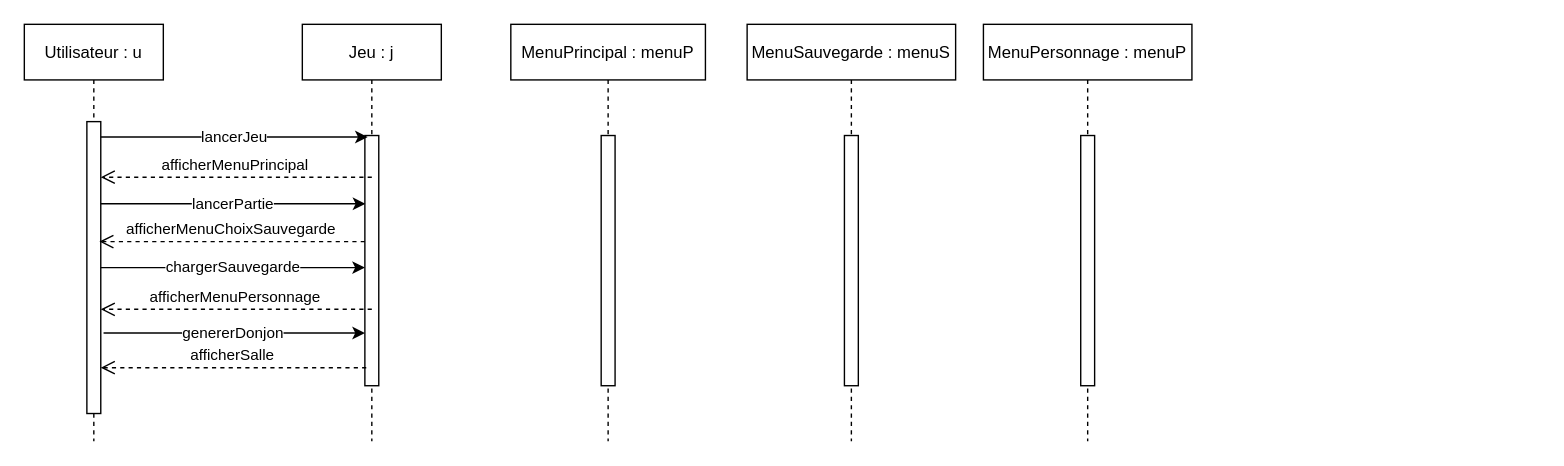
Earlier version of the draw.io diagram Diagrammes/Diagrammes de séquences/Diagramme de sequence - Scenario1.drawio (Eoloc/M1MIAGE_ProjetUML). Source tidied: cells renumbered, new cells numbered last; positions are measured from the earlier drawing's top-left corner, leaving out a move shared by most shapes. Both pictures are drawn from the tidied source at 139%, with x=0, y=0 at pixel (24, 24).
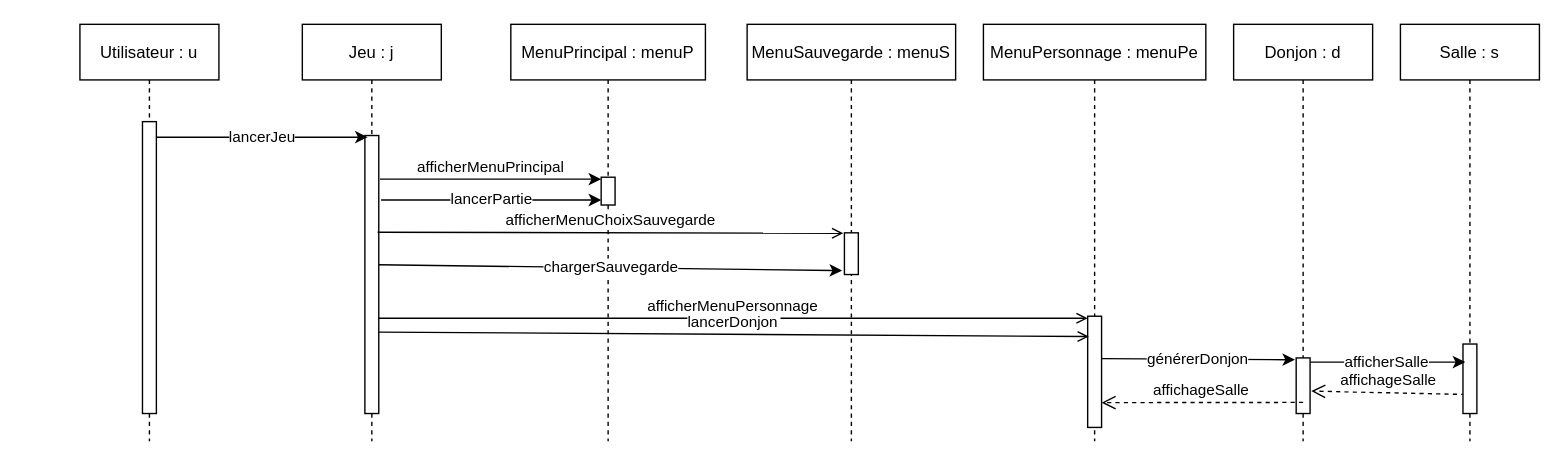
The same page after the edit.

The change refers to these unchanged cells:
```xml
<mxCell id="2" value="Jeu : j" style="shape=umlLifeline;perimeter=lifelinePerimeter;rounded=0;shadow=0;strokeWidth=1;" parent="1" vertex="1">
  <mxGeometry x="200" width="100" height="300" as="geometry" />
</mxCell>
<mxCell id="6" style="points=[];perimeter=orthogonalPerimeter;rounded=0;shadow=0;strokeWidth=1;" parent="5" vertex="1">
  <mxGeometry x="45" y="70" width="10" height="210" as="geometry" />
</mxCell>
<mxCell id="14" value="MenuPrincipal : menuP" style="shape=umlLifeline;perimeter=lifelinePerimeter;rounded=0;shadow=0;strokeWidth=1;" parent="1" vertex="1">
  <mxGeometry x="350" width="140" height="300" as="geometry" />
</mxCell>
<mxCell id="16" value="MenuSauvegarde : menuS" style="shape=umlLifeline;perimeter=lifelinePerimeter;rounded=0;shadow=0;strokeWidth=1;" parent="1" vertex="1">
  <mxGeometry x="520" width="150" height="300" as="geometry" />
</mxCell>
```

The edit, as a diff of the source:
```diff
@@
     <mxCell id="3" style="points=[];perimeter=orthogonalPerimeter;rounded=0;shadow=0;strokeWidth=1;" parent="2" vertex="1">
-      <mxGeometry x="45" y="80" width="10" height="180" as="geometry" />
+      <mxGeometry x="45" y="80" width="10" height="200" as="geometry" />
     </mxCell>
-    <mxCell id="4" value="afficherMenuPrincipal" style="verticalAlign=bottom;endArrow=open;dashed=1;endSize=8;shadow=0;strokeWidth=1;" parent="1" edge="1" target="6">
-      <mxGeometry relative="1" as="geometry">
-        <mxPoint x="250" y="110" as="sourcePoint" />
-      </mxGeometry>
+    <mxCell id="4" value="afficherMenuPrincipal" style="verticalAlign=bottom;endArrow=classic;endSize=6;shadow=0;strokeWidth=1;exitX=1.083;exitY=0.157;exitDx=0;exitDy=0;exitPerimeter=0;endFill=1;" parent="1" edge="1" source="3" target="15">
+      <mxGeometry relative="1" as="geometry" />
     </mxCell>
     <mxCell id="5" value="Utilisateur : u" style="shape=umlLifeline;perimeter=lifelinePerimeter;rounded=0;shadow=0;strokeWidth=1;" parent="1" vertex="1">
-      <mxGeometry width="100" height="300" as="geometry" />
+      <mxGeometry x="40" width="100" height="300" as="geometry" />
     </mxCell>
@@
-    <mxCell id="8" value="lancerPartie" style="endArrow=classic;html=1;entryX=0.033;entryY=0.256;entryDx=0;entryDy=0;entryPerimeter=0;" parent="1" edge="1">
-      <mxGeometry relative="1" as="geometry">
-        <mxPoint x="55" y="129.1" as="sourcePoint" />
-        <mxPoint x="245.3" y="129.1" as="targetPoint" />
-      </mxGeometry>
+    <mxCell id="8" value="lancerPartie" style="endArrow=classic;html=1;exitX=1.167;exitY=0.232;exitDx=0;exitDy=0;exitPerimeter=0;" parent="1" edge="1" source="3" target="15">
+      <mxGeometry relative="1" as="geometry" />
     </mxCell>
-    <mxCell id="9" value="afficherMenuChoixSauvegarde" style="verticalAlign=bottom;endArrow=open;dashed=1;endSize=8;shadow=0;strokeWidth=1;entryX=0.9;entryY=0.411;entryDx=0;entryDy=0;entryPerimeter=0;" parent="1" edge="1" source="3" target="6">
-      <mxGeometry relative="1" as="geometry" />
-    </mxCell>
-    <mxCell id="10" value="chargerSauvegarde" style="endArrow=classic;html=1;" parent="1" edge="1">
-      <mxGeometry relative="1" as="geometry">
-        <mxPoint x="55" y="175" as="sourcePoint" />
-        <mxPoint x="245" y="175" as="targetPoint" />
-      </mxGeometry>
-    </mxCell>
-    <mxCell id="11" value="afficherMenuPersonnage" style="verticalAlign=bottom;endArrow=open;dashed=1;endSize=8;shadow=0;strokeWidth=1;" parent="1" edge="1">
+    <mxCell id="11" value="afficherMenuPersonnage" style="verticalAlign=bottom;endArrow=open;endSize=6;shadow=0;strokeWidth=1;" parent="1" edge="1" source="3">
       <mxGeometry relative="1" as="geometry">
-        <mxPoint x="250" y="205" as="sourcePoint" />
-        <mxPoint x="55" y="205" as="targetPoint" />
+        <mxPoint x="765" y="211.5" as="targetPoint" />
       </mxGeometry>
     </mxCell>
-    <mxCell id="12" value="genererDonjon" style="endArrow=classic;html=1;exitX=1.2;exitY=0.686;exitDx=0;exitDy=0;exitPerimeter=0;" parent="1" edge="1">
-      <mxGeometry x="-0.01" relative="1" as="geometry">
-        <mxPoint x="57" y="222.1" as="sourcePoint" />
-        <mxPoint x="245" y="222.1" as="targetPoint" />
-      </mxGeometry>
-    </mxCell>
-    <mxCell id="13" value="afficherSalle" style="verticalAlign=bottom;endArrow=open;dashed=1;endSize=8;shadow=0;strokeWidth=1;exitX=0.1;exitY=0.928;exitDx=0;exitDy=0;exitPerimeter=0;" parent="1" edge="1" source="3" target="6">
-      <mxGeometry relative="1" as="geometry" />
-    </mxCell>
@@
     <mxCell id="15" style="points=[];perimeter=orthogonalPerimeter;rounded=0;shadow=0;strokeWidth=1;" parent="14" vertex="1">
-      <mxGeometry x="65" y="80" width="10" height="180" as="geometry" />
+      <mxGeometry x="65" y="110" width="10" height="20" as="geometry" />
     </mxCell>
@@
     <mxCell id="17" style="points=[];perimeter=orthogonalPerimeter;rounded=0;shadow=0;strokeWidth=1;" parent="16" vertex="1">
-      <mxGeometry x="70" y="80" width="10" height="180" as="geometry" />
+      <mxGeometry x="70" y="150" width="10" height="30" as="geometry" />
     </mxCell>
-    <mxCell id="18" value="MenuPersonnage : menuP" style="shape=umlLifeline;perimeter=lifelinePerimeter;rounded=0;shadow=0;strokeWidth=1;" parent="1" vertex="1">
-      <mxGeometry x="690" width="150" height="300" as="geometry" />
+    <mxCell id="18" value="MenuPersonnage : menuPe" style="shape=umlLifeline;perimeter=lifelinePerimeter;rounded=0;shadow=0;strokeWidth=1;" parent="1" vertex="1">
+      <mxGeometry x="690" width="160" height="300" as="geometry" />
     </mxCell>
+    <mxCell id="20" value="Donjon : d" style="shape=umlLifeline;perimeter=lifelinePerimeter;rounded=0;shadow=0;strokeWidth=1;" parent="1" vertex="1">
+      <mxGeometry x="870" width="100" height="300" as="geometry" />
+    </mxCell>
+    <mxCell id="21" style="points=[];perimeter=orthogonalPerimeter;rounded=0;shadow=0;strokeWidth=1;" parent="20" vertex="1">
+      <mxGeometry x="45" y="240" width="10" height="40" as="geometry" />
+    </mxCell>
+    <mxCell id="22" value="générerDonjon" style="endArrow=classic;html=1;exitX=1;exitY=0.381;exitDx=0;exitDy=0;exitPerimeter=0;entryX=-0.083;entryY=0.033;entryDx=0;entryDy=0;entryPerimeter=0;" parent="1" edge="1" source="19" target="21">
+      <mxGeometry x="-0.01" relative="1" as="geometry" />
+    </mxCell>
+    <mxCell id="9" value="afficherMenuChoixSauvegarde" style="verticalAlign=bottom;endArrow=open;endSize=6;shadow=0;strokeWidth=1;entryX=-0.083;entryY=0.012;entryDx=0;entryDy=0;entryPerimeter=0;exitX=0.917;exitY=0.348;exitDx=0;exitDy=0;exitPerimeter=0;" parent="1" edge="1" source="3" target="17">
+      <mxGeometry relative="1" as="geometry" />
+    </mxCell>
+    <mxCell id="13" value="affichageSalle" style="verticalAlign=bottom;endArrow=open;dashed=1;endSize=8;shadow=0;strokeWidth=1;exitX=0.167;exitY=0.627;exitDx=0;exitDy=0;exitPerimeter=0;entryX=1.083;entryY=0.596;entryDx=0;entryDy=0;entryPerimeter=0;" parent="1" edge="1" target="21">
+      <mxGeometry relative="1" as="geometry">
+        <mxPoint x="1036.7" y="266.3" as="sourcePoint" />
+      </mxGeometry>
+    </mxCell>
+    <mxCell id="23" value="Salle : s" style="shape=umlLifeline;perimeter=lifelinePerimeter;rounded=0;shadow=0;strokeWidth=1;" parent="1" vertex="1">
+      <mxGeometry x="990" width="100" height="300" as="geometry" />
+    </mxCell>
+    <mxCell id="24" style="points=[];perimeter=orthogonalPerimeter;rounded=0;shadow=0;strokeWidth=1;" parent="23" vertex="1">
+      <mxGeometry x="45" y="230" width="10" height="50" as="geometry" />
+    </mxCell>
-    <mxCell id="19" style="points=[];perimeter=orthogonalPerimeter;rounded=0;shadow=0;strokeWidth=1;" parent="18" vertex="1">
-      <mxGeometry x="70" y="80" width="10" height="180" as="geometry" />
+    <mxCell id="19" style="points=[];perimeter=orthogonalPerimeter;rounded=0;shadow=0;strokeWidth=1;" parent="1" vertex="1">
+      <mxGeometry x="765" y="210" width="10" height="80" as="geometry" />
     </mxCell>
+    <mxCell id="25" value="afficherSalle" style="endArrow=classic;html=1;entryX=0.167;entryY=0.26;entryDx=0;entryDy=0;entryPerimeter=0;" parent="1" edge="1" source="21" target="24">
+      <mxGeometry x="-0.01" relative="1" as="geometry" />
+    </mxCell>
+    <mxCell id="10" value="chargerSauvegarde" style="endArrow=classic;html=1;exitX=1;exitY=0.465;exitDx=0;exitDy=0;exitPerimeter=0;entryX=-0.167;entryY=0.906;entryDx=0;entryDy=0;entryPerimeter=0;" parent="1" edge="1" source="3" target="17">
+      <mxGeometry relative="1" as="geometry" />
+    </mxCell>
+    <mxCell id="26" value="lancerDonjon" style="verticalAlign=bottom;endArrow=open;endSize=6;shadow=0;strokeWidth=1;exitX=1;exitY=0.707;exitDx=0;exitDy=0;exitPerimeter=0;entryX=0.083;entryY=0.183;entryDx=0;entryDy=0;entryPerimeter=0;" parent="1" edge="1" source="3" target="19">
+      <mxGeometry relative="1" as="geometry" />
+    </mxCell>
+    <mxCell id="27" value="affichageSalle" style="verticalAlign=bottom;endArrow=open;dashed=1;endSize=8;shadow=0;strokeWidth=1;entryX=1;entryY=0.777;entryDx=0;entryDy=0;entryPerimeter=0;" parent="1" edge="1" target="19">
+      <mxGeometry relative="1" as="geometry">
+        <mxPoint x="920" y="272" as="sourcePoint" />
+      </mxGeometry>
+    </mxCell>
```
